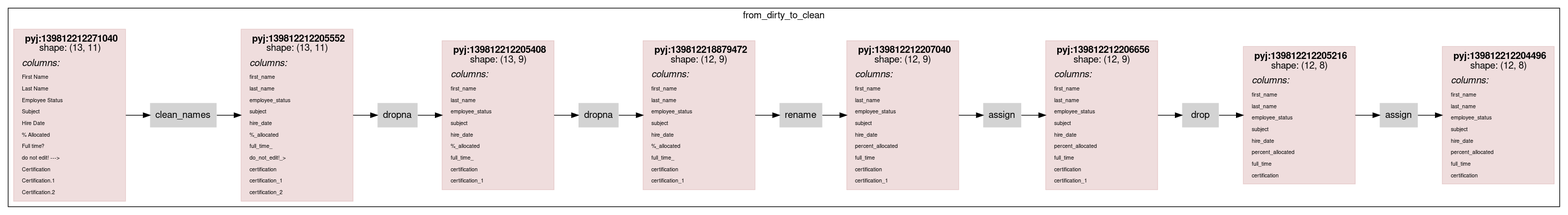
asmirnov69/pyjviz-poc keeps this Graphviz diagram as scripts/rdflog/dirty-clean-w-cmp.ttl.dot.png. Above is the earlier version. Its source is kept beside it as scripts/rdflog/dirty-clean-w-cmp.ttl.dot.
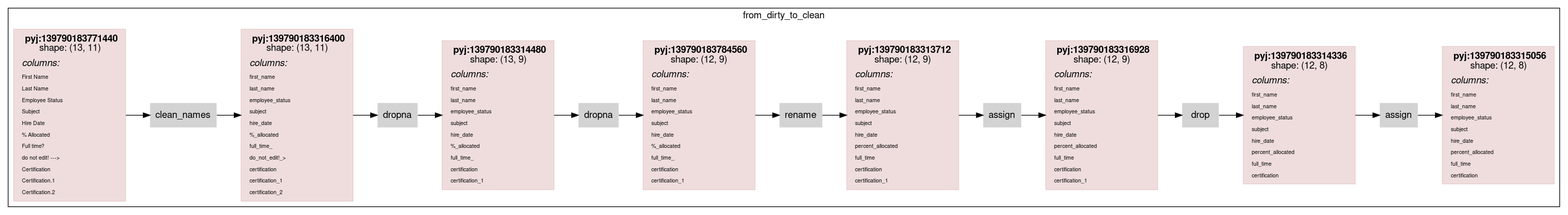
The same diagram one commit later.

Diff of the diagram source:
```diff
@@ -14,7 +14,7 @@
                 color="#88000022"
                 shape = rect
                 label = <<table border="0" cellborder="0" cellspacing="0" cellpadding="4">
-                         <tr> <td> <b>pyj:139812212271040</b><br/>shape: (13, 11)</td> </tr>
+                         <tr> <td> <b>pyj:139790183771440</b><br/>shape: (13, 11)</td> </tr>
                          <tr> <td align="left"><i>columns:</i><br align="left"/></td></tr>
                 <tr><td align="left"><FONT POINT-SIZE="8px">First Name</FONT></td></tr>
 <tr><td align="left"><FONT POINT-SIZE="8px">Last Name</FONT></td></tr>
@@ -33,7 +33,7 @@
                 color="#88000022"
                 shape = rect
                 label = <<table border="0" cellborder="0" cellspacing="0" cellpadding="4">
-                         <tr> <td> <b>pyj:139812212205552</b><br/>shape: (13, 11)</td> </tr>
+                         <tr> <td> <b>pyj:139790183316400</b><br/>shape: (13, 11)</td> </tr>
                          <tr> <td align="left"><i>columns:</i><br align="left"/></td></tr>
                 <tr><td align="left"><FONT POINT-SIZE="8px">first_name</FONT></td></tr>
 <tr><td align="left"><FONT POINT-SIZE="8px">last_name</FONT></td></tr>
@@ -52,7 +52,7 @@
                 color="#88000022"
                 shape = rect
                 label = <<table border="0" cellborder="0" cellspacing="0" cellpadding="4">
-                         <tr> <td> <b>pyj:139812212205408</b><br/>shape: (13, 9)</td> </tr>
+                         <tr> <td> <b>pyj:139790183314480</b><br/>shape: (13, 9)</td> </tr>
                          <tr> <td align="left"><i>columns:</i><br align="left"/></td></tr>
                 <tr><td align="left"><FONT POINT-SIZE="8px">first_name</FONT></td></tr>
 <tr><td align="left"><FONT POINT-SIZE="8px">last_name</FONT></td></tr>
@@ -69,7 +69,7 @@
                 color="#88000022"
                 shape = rect
                 label = <<table border="0" cellborder="0" cellspacing="0" cellpadding="4">
-                         <tr> <td> <b>pyj:139812218879472</b><br/>shape: (12, 9)</td> </tr>
+                         <tr> <td> <b>pyj:139790183784560</b><br/>shape: (12, 9)</td> </tr>
                          <tr> <td align="left"><i>columns:</i><br align="left"/></td></tr>
                 <tr><td align="left"><FONT POINT-SIZE="8px">first_name</FONT></td></tr>
 <tr><td align="left"><FONT POINT-SIZE="8px">last_name</FONT></td></tr>
@@ -86,7 +86,7 @@
                 color="#88000022"
                 shape = rect
                 label = <<table border="0" cellborder="0" cellspacing="0" cellpadding="4">
-                         <tr> <td> <b>pyj:139812212207040</b><br/>shape: (12, 9)</td> </tr>
+                         <tr> <td> <b>pyj:139790183313712</b><br/>shape: (12, 9)</td> </tr>
                          <tr> <td align="left"><i>columns:</i><br align="left"/></td></tr>
                 <tr><td align="left"><FONT POINT-SIZE="8px">first_name</FONT></td></tr>
 <tr><td align="left"><FONT POINT-SIZE="8px">last_name</FONT></td></tr>
@@ -103,7 +103,7 @@
                 color="#88000022"
                 shape = rect
                 label = <<table border="0" cellborder="0" cellspacing="0" cellpadding="4">
-                         <tr> <td> <b>pyj:139812212206656</b><br/>shape: (12, 9)</td> </tr>
+                         <tr> <td> <b>pyj:139790183316928</b><br/>shape: (12, 9)</td> </tr>
                          <tr> <td align="left"><i>columns:</i><br align="left"/></td></tr>
                 <tr><td align="left"><FONT POINT-SIZE="8px">first_name</FONT></td></tr>
 <tr><td align="left"><FONT POINT-SIZE="8px">last_name</FONT></td></tr>
@@ -120,7 +120,7 @@
                 color="#88000022"
                 shape = rect
                 label = <<table border="0" cellborder="0" cellspacing="0" cellpadding="4">
-                         <tr> <td> <b>pyj:139812212205216</b><br/>shape: (12, 8)</td> </tr>
+                         <tr> <td> <b>pyj:139790183314336</b><br/>shape: (12, 8)</td> </tr>
                          <tr> <td align="left"><i>columns:</i><br align="left"/></td></tr>
                 <tr><td align="left"><FONT POINT-SIZE="8px">first_name</FONT></td></tr>
 <tr><td align="left"><FONT POINT-SIZE="8px">last_name</FONT></td></tr>
@@ -136,7 +136,7 @@
                 color="#88000022"
                 shape = rect
                 label = <<table border="0" cellborder="0" cellspacing="0" cellpadding="4">
-                         <tr> <td> <b>pyj:139812212204496</b><br/>shape: (12, 8)</td> </tr>
+                         <tr> <td> <b>pyj:139790183315056</b><br/>shape: (12, 8)</td> </tr>
                          <tr> <td align="left"><i>columns:</i><br align="left"/></td></tr>
                 <tr><td align="left"><FONT POINT-SIZE="8px">first_name</FONT></td></tr>
 <tr><td align="left"><FONT POINT-SIZE="8px">last_name</FONT></td></tr>
```
